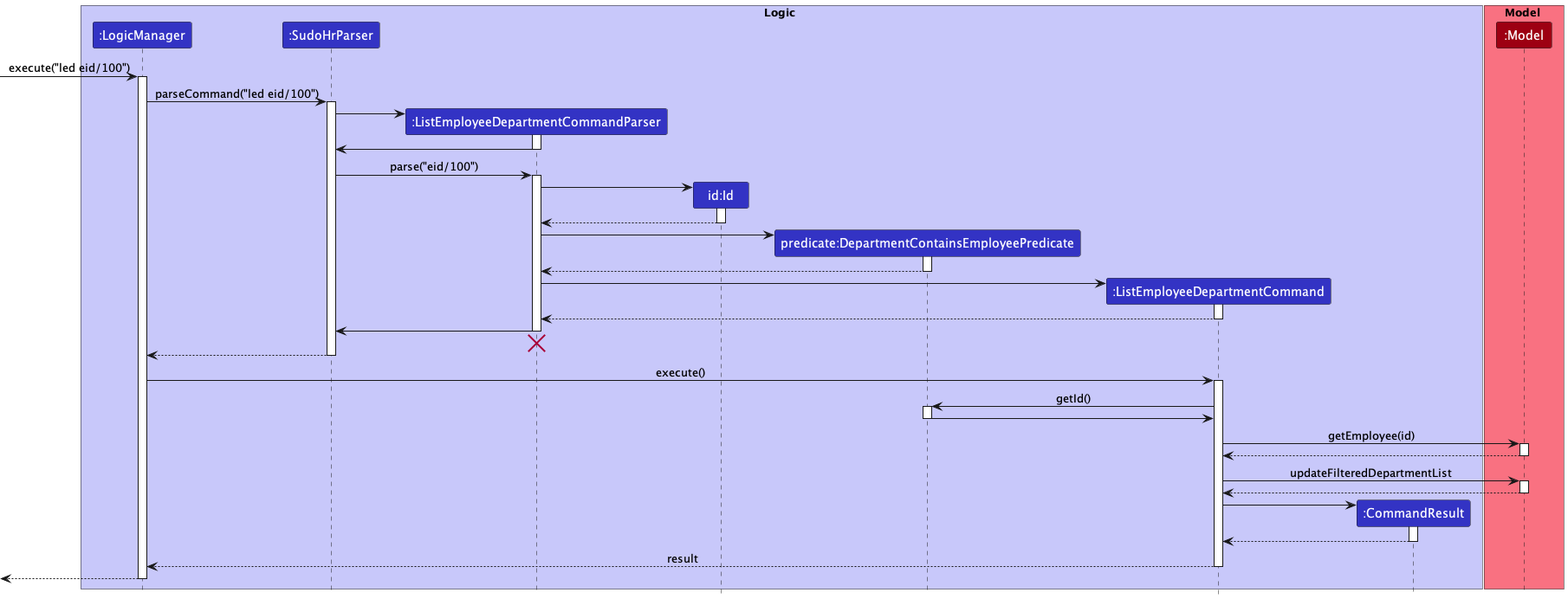
The PlantUML diagram docs/images/commands/department/ListEmployeeDepartmentSequenceDiagram.png in nus-cs2103-AY2223S2/tp, before a commit.
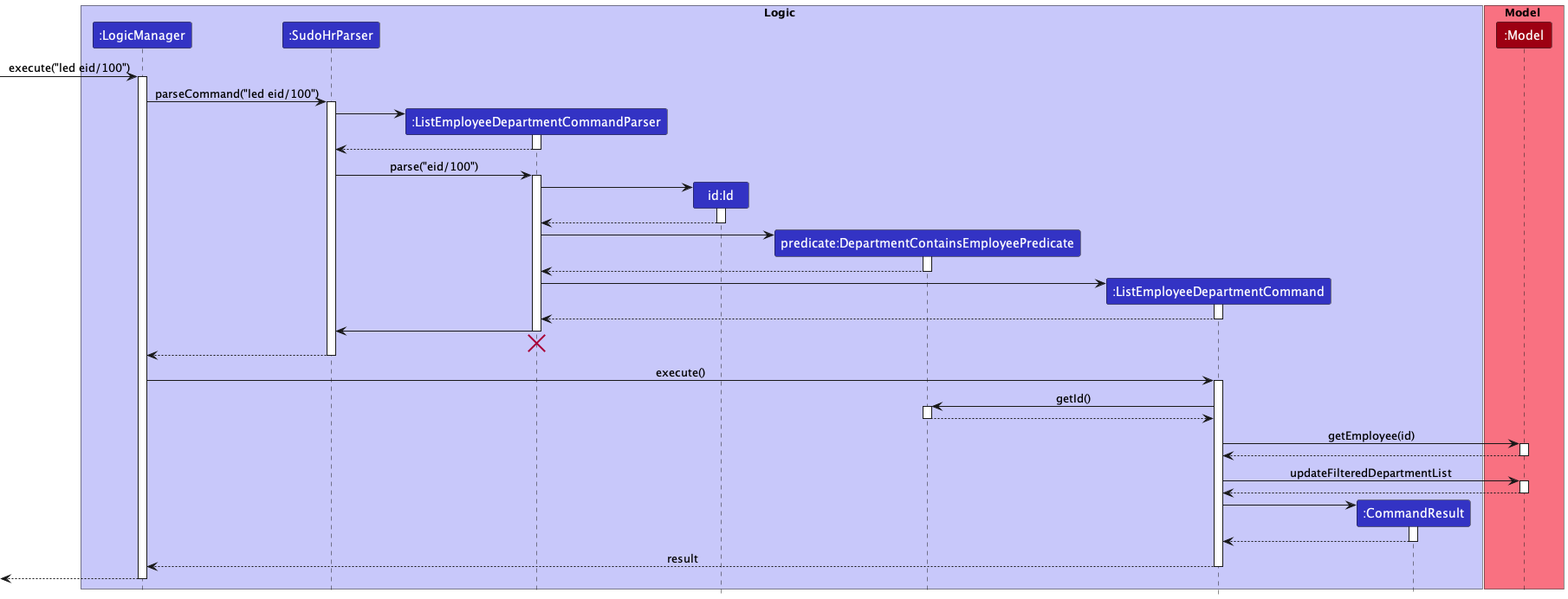
Later version of the same file.

Change to the diagram source:
```diff
@@ -25,7 +25,7 @@
 SudoHrParser -> ListEmployeeDepartmentCommandParser
 activate ListEmployeeDepartmentCommandParser
 
-ListEmployeeDepartmentCommandParser -> SudoHrParser
+ListEmployeeDepartmentCommandParser --> SudoHrParser
 deactivate ListEmployeeDepartmentCommandParser
 
 SudoHrParser -> ListEmployeeDepartmentCommandParser: parse("eid/100")
@@ -67,7 +67,7 @@
 ListEmployeeDepartmentCommand -> DepartmentContainsEmployeePredicate : getId()
 activate DepartmentContainsEmployeePredicate
 
-DepartmentContainsEmployeePredicate -> ListEmployeeDepartmentCommand
+DepartmentContainsEmployeePredicate --> ListEmployeeDepartmentCommand
 deactivate DepartmentContainsEmployeePredicate
 
 ListEmployeeDepartmentCommand -> Model : getEmployee(id)
```
